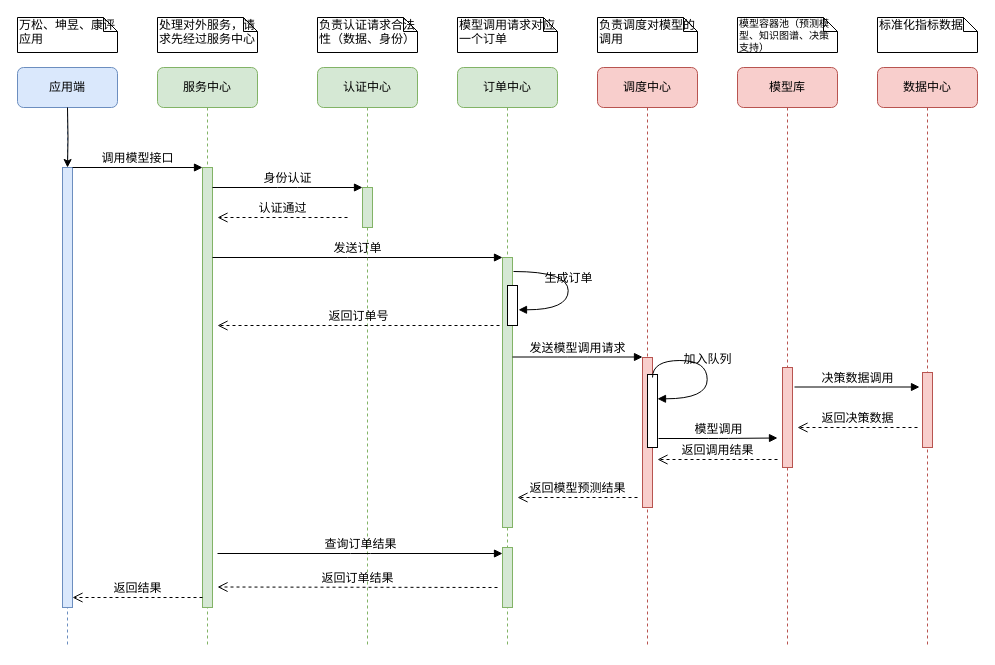
Before: page "订单查询流程" (2 of 2) of 主动健康一脑多端.drawio in jingmingcn/drawio, a draw.io diagram. Source tidied: cells renumbered, new cells numbered last; positions are measured from the earlier drawing's top-left corner, leaving out a move shared by most shapes. Both pictures are drawn from the tidied source at 100%, with x=0, y=0 at pixel (17, 17).
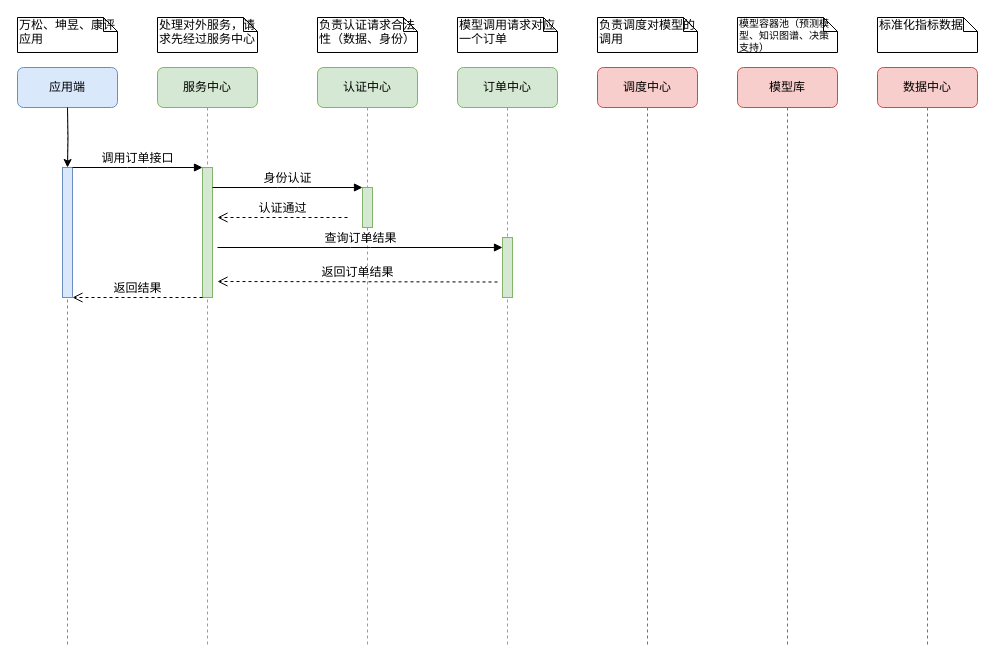
The same diagram, later.

The change refers to these unchanged cells:
```xml
<mxCell id="2" value="服务中心" style="shape=umlLifeline;perimeter=lifelinePerimeter;whiteSpace=wrap;html=1;rounded=1;shadow=0;comic=0;labelBackgroundColor=none;strokeWidth=1;fontFamily=Verdana;fontSize=12;align=center;fillColor=#d5e8d4;strokeColor=#82b366;" parent="1" vertex="1">
  <mxGeometry x="140" y="50" width="100" height="580" as="geometry" />
</mxCell>
<mxCell id="5" value="认证中心" style="shape=umlLifeline;perimeter=lifelinePerimeter;whiteSpace=wrap;html=1;rounded=1;shadow=0;comic=0;labelBackgroundColor=none;strokeWidth=1;fontFamily=Verdana;fontSize=12;align=center;fillColor=#d5e8d4;strokeColor=#82b366;" parent="1" vertex="1">
  <mxGeometry x="300" y="50" width="100" height="580" as="geometry" />
</mxCell>
<mxCell id="9" value="订单中心" style="shape=umlLifeline;perimeter=lifelinePerimeter;whiteSpace=wrap;html=1;rounded=1;shadow=0;comic=0;labelBackgroundColor=none;strokeWidth=1;fontFamily=Verdana;fontSize=12;align=center;fillColor=#d5e8d4;strokeColor=#82b366;" parent="1" vertex="1">
  <mxGeometry x="440" y="50" width="100" height="580" as="geometry" />
</mxCell>
<mxCell id="12" value="调度中心" style="shape=umlLifeline;perimeter=lifelinePerimeter;whiteSpace=wrap;html=1;rounded=1;shadow=0;comic=0;labelBackgroundColor=none;strokeWidth=1;fontFamily=Verdana;fontSize=12;align=center;fillColor=#f8cecc;strokeColor=#b85450;" parent="1" vertex="1">
  <mxGeometry x="580" y="50" width="100" height="580" as="geometry" />
</mxCell>
<mxCell id="18" value="模型库" style="shape=umlLifeline;perimeter=lifelinePerimeter;whiteSpace=wrap;html=1;rounded=1;shadow=0;comic=0;labelBackgroundColor=none;strokeWidth=1;fontFamily=Verdana;fontSize=12;align=center;fillColor=#f8cecc;strokeColor=#b85450;" parent="1" vertex="1">
  <mxGeometry x="720" y="50" width="100" height="580" as="geometry" />
</mxCell>
<mxCell id="22" value="数据中心" style="shape=umlLifeline;perimeter=lifelinePerimeter;whiteSpace=wrap;html=1;rounded=1;shadow=0;comic=0;labelBackgroundColor=none;strokeWidth=1;fontFamily=Verdana;fontSize=12;align=center;fillColor=#f8cecc;strokeColor=#b85450;" parent="1" vertex="1">
  <mxGeometry x="860" y="50" width="100" height="580" as="geometry" />
</mxCell>
<mxCell id="26" value="应用端" style="shape=umlLifeline;perimeter=lifelinePerimeter;whiteSpace=wrap;html=1;rounded=1;shadow=0;comic=0;labelBackgroundColor=none;strokeWidth=1;fontFamily=Verdana;fontSize=12;align=center;fillColor=#dae8fc;strokeColor=#6c8ebf;" parent="1" vertex="1">
  <mxGeometry y="50" width="100" height="580" as="geometry" />
</mxCell>
```

Change to the diagram source:
```diff
@@
     <mxCell id="3" style="html=1;points=[];perimeter=orthogonalPerimeter;rounded=0;shadow=0;comic=0;labelBackgroundColor=none;strokeWidth=1;fontFamily=Verdana;fontSize=12;align=center;fillColor=#d5e8d4;strokeColor=#82b366;" parent="2" vertex="1">
-      <mxGeometry x="45" y="100" width="10" height="440" as="geometry" />
+      <mxGeometry x="45" y="100" width="10" height="130" as="geometry" />
     </mxCell>
     <mxCell id="4" value="返回结果" style="html=1;verticalAlign=bottom;endArrow=open;dashed=1;endSize=8;labelBackgroundColor=none;fontFamily=Verdana;fontSize=12;edgeStyle=elbowEdgeStyle;elbow=horizontal;" parent="2" edge="1">
       <mxGeometry relative="1" as="geometry">
-        <mxPoint x="45" y="530" as="sourcePoint" />
-        <mxPoint x="-85" y="530" as="targetPoint" />
+        <mxPoint x="45" y="230" as="sourcePoint" />
+        <mxPoint x="-85" y="230" as="targetPoint" />
         <Array as="points">
-          <mxPoint x="-10" y="530" />
-          <mxPoint x="20" y="530" />
+          <mxPoint x="-10" y="230" />
+          <mxPoint x="20" y="230" />
         </Array>
       </mxGeometry>
     </mxCell>
@@
-    <mxCell id="7" value="发送订单" style="html=1;verticalAlign=bottom;endArrow=block;labelBackgroundColor=none;fontFamily=Verdana;fontSize=12;edgeStyle=elbowEdgeStyle;elbow=vertical;" parent="5" edge="1">
-      <mxGeometry relative="1" as="geometry">
-        <mxPoint x="-105" y="190" as="sourcePoint" />
-        <mxPoint x="185" y="190" as="targetPoint" />
-      </mxGeometry>
-    </mxCell>
-    <mxCell id="8" value="返回订单号" style="html=1;verticalAlign=bottom;endArrow=open;dashed=1;endSize=8;exitX=-0.3;exitY=0.556;labelBackgroundColor=none;fontFamily=Verdana;fontSize=12;exitDx=0;exitDy=0;exitPerimeter=0;" parent="5" edge="1">
-      <mxGeometry relative="1" as="geometry">
-        <mxPoint x="182" y="258" as="sourcePoint" />
-        <mxPoint x="-100" y="258" as="targetPoint" />
-      </mxGeometry>
-    </mxCell>
+    <mxCell id="42" value="返回订单结果" style="html=1;verticalAlign=bottom;endArrow=open;dashed=1;endSize=8;labelBackgroundColor=none;fontFamily=Verdana;fontSize=12;" parent="5" edge="1">
+      <mxGeometry relative="1" as="geometry">
+        <mxPoint x="180" y="214.5" as="sourcePoint" />
+        <mxPoint x="-100" y="214" as="targetPoint" />
+      </mxGeometry>
+    </mxCell>
@@
-    <mxCell id="10" style="html=1;perimeter=orthogonalPerimeter;rounded=0;shadow=0;comic=0;labelBackgroundColor=none;strokeWidth=1;fontFamily=Verdana;fontSize=12;align=center;fillColor=#d5e8d4;strokeColor=#82b366;" parent="9" vertex="1">
-      <mxGeometry x="45" y="190" width="10" height="270" as="geometry" />
-    </mxCell>
-    <mxCell id="11" style="html=1;perimeter=orthogonalPerimeter;rounded=0;shadow=0;comic=0;labelBackgroundColor=none;strokeWidth=1;fontFamily=Verdana;fontSize=12;align=center;" parent="9" vertex="1">
-      <mxGeometry x="50" y="218" width="10" height="40" as="geometry" />
-    </mxCell>
+    <mxCell id="41" style="html=1;perimeter=orthogonalPerimeter;rounded=0;shadow=0;comic=0;labelBackgroundColor=none;strokeWidth=1;fontFamily=Verdana;fontSize=12;align=center;fillColor=#d5e8d4;strokeColor=#82b366;" parent="9" vertex="1">
+      <mxGeometry x="45" y="170" width="10" height="60" as="geometry" />
+    </mxCell>
@@
-    <mxCell id="13" style="html=1;perimeter=orthogonalPerimeter;rounded=0;shadow=0;comic=0;labelBackgroundColor=none;strokeWidth=1;fontFamily=Verdana;fontSize=12;align=center;fillColor=#f8cecc;strokeColor=#b85450;" parent="12" vertex="1">
-      <mxGeometry x="45" y="290" width="10" height="150" as="geometry" />
-    </mxCell>
-    <mxCell id="14" value="发送模型调用请求" style="html=1;verticalAlign=bottom;endArrow=block;labelBackgroundColor=none;fontFamily=Verdana;fontSize=12;edgeStyle=elbowEdgeStyle;elbow=horizontal;" parent="12" edge="1">
-      <mxGeometry relative="1" as="geometry">
-        <mxPoint x="-85" y="289.5" as="sourcePoint" />
-        <mxPoint x="45" y="289.5" as="targetPoint" />
-      </mxGeometry>
-    </mxCell>
-    <mxCell id="15" value="返回模型预测结果" style="html=1;verticalAlign=bottom;endArrow=open;dashed=1;endSize=8;labelBackgroundColor=none;fontFamily=Verdana;fontSize=12;" parent="12" edge="1">
-      <mxGeometry relative="1" as="geometry">
-        <mxPoint x="40" y="430" as="sourcePoint" />
-        <mxPoint x="-80" y="430" as="targetPoint" />
-      </mxGeometry>
-    </mxCell>
-    <mxCell id="16" style="html=1;perimeter=orthogonalPerimeter;rounded=0;shadow=0;comic=0;labelBackgroundColor=none;strokeWidth=1;fontFamily=Verdana;fontSize=12;align=center;" parent="12" vertex="1">
-      <mxGeometry x="50" y="307" width="10" height="73" as="geometry" />
-    </mxCell>
-    <mxCell id="17" value="加入队列" style="html=1;verticalAlign=bottom;endArrow=block;labelBackgroundColor=none;fontFamily=Verdana;fontSize=12;elbow=vertical;edgeStyle=orthogonalEdgeStyle;curved=1;entryX=1;entryY=0.286;entryPerimeter=0;exitX=1.038;exitY=0.345;exitPerimeter=0;" parent="12" edge="1">
-      <mxGeometry relative="1" as="geometry">
-        <mxPoint x="55" y="310" as="sourcePoint" />
-        <mxPoint x="60" y="331.3" as="targetPoint" />
-        <Array as="points">
-          <mxPoint x="109.7" y="293" />
-          <mxPoint x="109.7" y="331" />
-        </Array>
-      </mxGeometry>
-    </mxCell>
@@
-    <mxCell id="19" style="html=1;perimeter=orthogonalPerimeter;rounded=0;shadow=0;comic=0;labelBackgroundColor=none;strokeWidth=1;fontFamily=Verdana;fontSize=12;align=center;fillColor=#f8cecc;strokeColor=#b85450;" parent="18" vertex="1">
-      <mxGeometry x="45" y="300" width="10" height="100" as="geometry" />
-    </mxCell>
-    <mxCell id="20" value="模型调用" style="html=1;verticalAlign=bottom;endArrow=block;labelBackgroundColor=none;fontFamily=Verdana;fontSize=12;edgeStyle=elbowEdgeStyle;elbow=horizontal;" parent="18" edge="1">
-      <mxGeometry relative="1" as="geometry">
-        <mxPoint x="-79" y="371" as="sourcePoint" />
-        <mxPoint x="40" y="370.5" as="targetPoint" />
-      </mxGeometry>
-    </mxCell>
-    <mxCell id="21" value="返回调用结果" style="html=1;verticalAlign=bottom;endArrow=open;dashed=1;endSize=8;labelBackgroundColor=none;fontFamily=Verdana;fontSize=12;" parent="18" edge="1">
-      <mxGeometry relative="1" as="geometry">
-        <mxPoint x="40" y="392" as="sourcePoint" />
-        <mxPoint x="-80" y="392" as="targetPoint" />
-      </mxGeometry>
-    </mxCell>
@@
-    <mxCell id="23" style="html=1;perimeter=orthogonalPerimeter;rounded=0;shadow=0;comic=0;labelBackgroundColor=none;strokeColor=#b85450;strokeWidth=1;fillColor=#f8cecc;fontFamily=Verdana;fontSize=12;align=center;" parent="22" vertex="1">
-      <mxGeometry x="45" y="305" width="10" height="75" as="geometry" />
-    </mxCell>
-    <mxCell id="24" value="决策数据调用" style="html=1;verticalAlign=bottom;endArrow=block;labelBackgroundColor=none;fontFamily=Verdana;fontSize=12;edgeStyle=elbowEdgeStyle;elbow=horizontal;" parent="22" edge="1">
-      <mxGeometry relative="1" as="geometry">
-        <mxPoint x="-83" y="319.5" as="sourcePoint" />
-        <mxPoint x="42" y="319.5" as="targetPoint" />
-      </mxGeometry>
-    </mxCell>
-    <mxCell id="25" value="返回决策数据" style="html=1;verticalAlign=bottom;endArrow=open;dashed=1;endSize=8;labelBackgroundColor=none;fontFamily=Verdana;fontSize=12;" parent="22" edge="1">
-      <mxGeometry relative="1" as="geometry">
-        <mxPoint x="40" y="360" as="sourcePoint" />
-        <mxPoint x="-80" y="360" as="targetPoint" />
-      </mxGeometry>
-    </mxCell>
@@
     <mxCell id="27" style="html=1;points=[];perimeter=orthogonalPerimeter;rounded=0;shadow=0;comic=0;labelBackgroundColor=none;strokeWidth=1;fontFamily=Verdana;fontSize=12;align=center;fillColor=#dae8fc;strokeColor=#6c8ebf;" parent="26" vertex="1">
-      <mxGeometry x="45" y="100" width="10" height="440" as="geometry" />
+      <mxGeometry x="45" y="100" width="10" height="130" as="geometry" />
     </mxCell>
-    <mxCell id="28" value="调用模型接口" style="html=1;verticalAlign=bottom;endArrow=block;entryX=0;entryY=0;labelBackgroundColor=none;fontFamily=Verdana;fontSize=12;edgeStyle=elbowEdgeStyle;elbow=vertical;" parent="1" edge="1" source="27" target="3">
+    <mxCell id="28" value="调用订单接口" style="html=1;verticalAlign=bottom;endArrow=block;entryX=0;entryY=0;labelBackgroundColor=none;fontFamily=Verdana;fontSize=12;edgeStyle=elbowEdgeStyle;elbow=vertical;" parent="1" edge="1" source="27" target="3">
       <mxGeometry relative="1" as="geometry" />
     </mxCell>
@@
-    <mxCell id="39" value="生成订单" style="html=1;verticalAlign=bottom;endArrow=block;labelBackgroundColor=none;fontFamily=Verdana;fontSize=12;elbow=vertical;edgeStyle=orthogonalEdgeStyle;curved=1;entryX=1;entryY=0.286;entryPerimeter=0;exitX=1.038;exitY=0.345;exitPerimeter=0;" parent="1" edge="1">
-      <mxGeometry relative="1" as="geometry">
-        <mxPoint x="496" y="254" as="sourcePoint" />
-        <mxPoint x="501" y="292.3" as="targetPoint" />
-        <Array as="points">
-          <mxPoint x="550.7" y="254" />
-          <mxPoint x="550.7" y="292" />
-        </Array>
-      </mxGeometry>
-    </mxCell>
     <mxCell id="40" value="查询订单结果" style="html=1;verticalAlign=bottom;endArrow=block;labelBackgroundColor=none;fontFamily=Verdana;fontSize=12;edgeStyle=elbowEdgeStyle;elbow=horizontal;" parent="1" edge="1">
       <mxGeometry relative="1" as="geometry">
-        <mxPoint x="200" y="536" as="sourcePoint" />
-        <mxPoint x="485" y="536" as="targetPoint" />
+        <mxPoint x="200" y="230" as="sourcePoint" />
+        <mxPoint x="485" y="230" as="targetPoint" />
       </mxGeometry>
     </mxCell>
-    <mxCell id="41" style="html=1;perimeter=orthogonalPerimeter;rounded=0;shadow=0;comic=0;labelBackgroundColor=none;strokeWidth=1;fontFamily=Verdana;fontSize=12;align=center;fillColor=#d5e8d4;strokeColor=#82b366;" parent="1" vertex="1">
-      <mxGeometry x="485" y="530" width="10" height="60" as="geometry" />
-    </mxCell>
-    <mxCell id="42" value="返回订单结果" style="html=1;verticalAlign=bottom;endArrow=open;dashed=1;endSize=8;labelBackgroundColor=none;fontFamily=Verdana;fontSize=12;" parent="1" edge="1">
-      <mxGeometry relative="1" as="geometry">
-        <mxPoint x="480" y="570" as="sourcePoint" />
-        <mxPoint x="200" y="569.5" as="targetPoint" />
-      </mxGeometry>
-    </mxCell>
```
